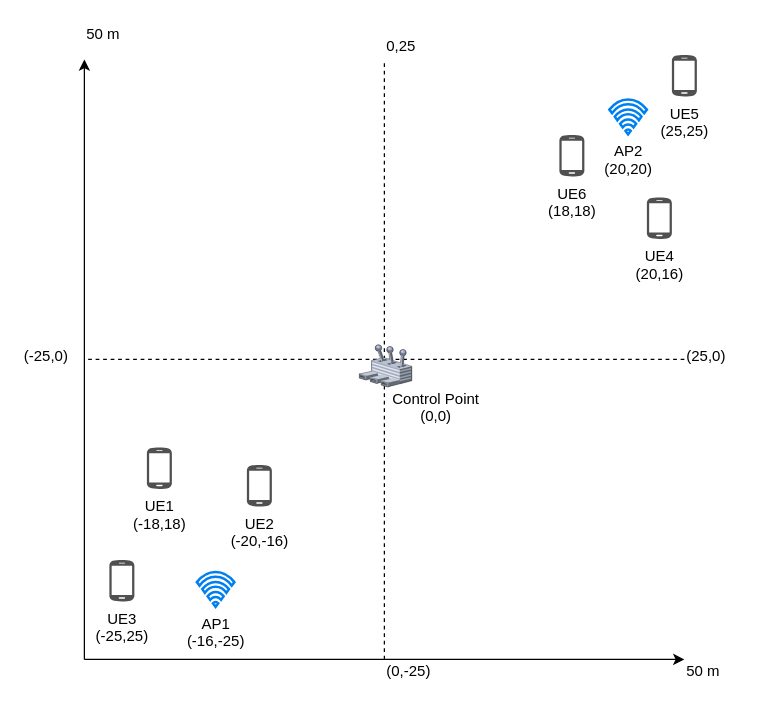
Kirkirillka/GPS_Tracker keeps this draw.io diagram as page "Sub-optimal" (2 of 3) of docs/report/experiment/images/05-cases-description.drawio. Above is the earlier version. Source tidied: cells renumbered, new cells numbered last; positions are measured from the earlier drawing's top-left corner, leaving out a move shared by most shapes. Both pictures are drawn from the tidied source at 125%, with x=0, y=0 at pixel (21, 21).
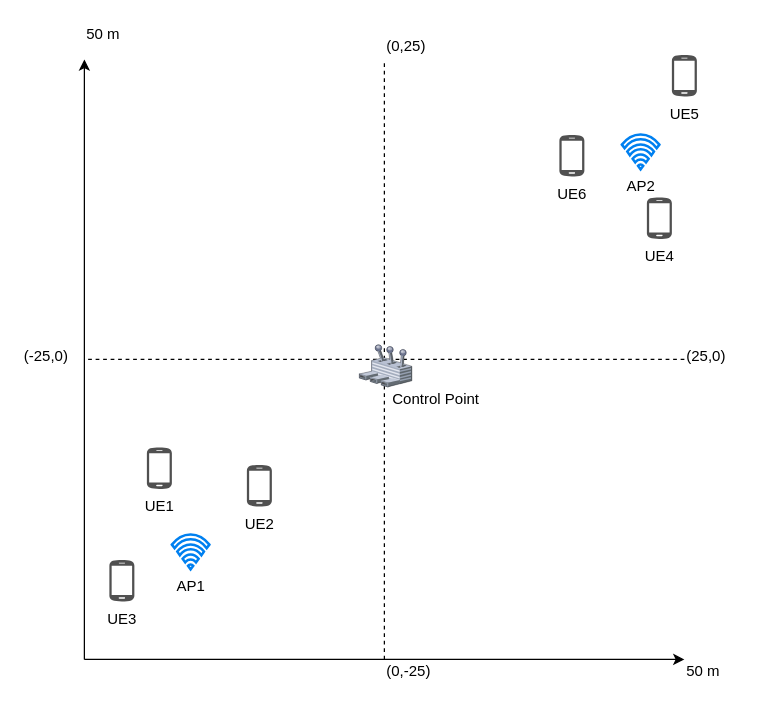
After the change.

Diff of the diagram source:
```diff
@@
-    <mxCell id="2" style="endArrow=classic;html=1;" parent="1" edge="1">
-      <mxGeometry relative="1" as="geometry">
-        <mxPoint x="50" y="510" as="sourcePoint" />
-        <mxPoint x="50" y="30" as="targetPoint" />
-      </mxGeometry>
-    </mxCell>
-    <mxCell id="3" style="endArrow=classic;html=1;" parent="1" edge="1">
-      <mxGeometry relative="1" as="geometry">
-        <mxPoint x="50" y="510" as="sourcePoint" />
-        <mxPoint x="530" y="510" as="targetPoint" />
-      </mxGeometry>
-    </mxCell>
-    <mxCell id="4" style="endArrow=none;html=1;dashed=1;" parent="1" edge="1">
-      <mxGeometry relative="1" as="geometry">
-        <mxPoint x="290" y="510" as="sourcePoint" />
-        <mxPoint x="290" y="30" as="targetPoint" />
-      </mxGeometry>
-    </mxCell>
-    <mxCell id="5" style="endArrow=none;html=1;dashed=1;" parent="1" edge="1">
-      <mxGeometry relative="1" as="geometry">
-        <mxPoint x="530" y="270" as="sourcePoint" />
-        <mxPoint x="50" y="270" as="targetPoint" />
-      </mxGeometry>
-    </mxCell>
-    <mxCell id="6" value="UE6&lt;br&gt;(18,18)&lt;br&gt;" style="shadow=0;dashed=0;html=1;strokeColor=none;fillColor=#505050;labelPosition=center;verticalLabelPosition=bottom;verticalAlign=top;align=center;shape=mxgraph.office.devices.cell_phone_android_standalone;" parent="1" vertex="1">
-      <mxGeometry x="430" y="90" width="20" height="34" as="geometry" />
-    </mxCell>
-    <mxCell id="7" value="Control Point&lt;br&gt;(0,0)" style="text;html=1;align=center;verticalAlign=top;spacingTop=-4;" parent="1" vertex="1">
-      <mxGeometry x="291" y="292" width="80" height="30" as="geometry" />
-    </mxCell>
-    <mxCell id="8" value="UE5&lt;br&gt;(25,25)&lt;br&gt;" style="shadow=0;dashed=0;html=1;strokeColor=none;fillColor=#505050;labelPosition=center;verticalLabelPosition=bottom;verticalAlign=top;align=center;shape=mxgraph.office.devices.cell_phone_android_standalone;" parent="1" vertex="1">
-      <mxGeometry x="520" y="26" width="20" height="34" as="geometry" />
-    </mxCell>
-    <mxCell id="9" value="UE4&lt;br&gt;(20,16)&lt;br&gt;" style="shadow=0;dashed=0;html=1;strokeColor=none;fillColor=#505050;labelPosition=center;verticalLabelPosition=bottom;verticalAlign=top;align=center;shape=mxgraph.office.devices.cell_phone_android_standalone;" parent="1" vertex="1">
-      <mxGeometry x="500" y="140" width="20" height="34" as="geometry" />
-    </mxCell>
-    <mxCell id="10" value="UE1&lt;br&gt;(-18,18)&lt;br&gt;" style="shadow=0;dashed=0;html=1;strokeColor=none;fillColor=#505050;labelPosition=center;verticalLabelPosition=bottom;verticalAlign=top;align=center;shape=mxgraph.office.devices.cell_phone_android_standalone;" parent="1" vertex="1">
-      <mxGeometry x="100" y="340" width="20" height="34" as="geometry" />
-    </mxCell>
-    <mxCell id="11" value="UE2&lt;br&gt;(-20,-16)&lt;br&gt;" style="shadow=0;dashed=0;html=1;strokeColor=none;fillColor=#505050;labelPosition=center;verticalLabelPosition=bottom;verticalAlign=top;align=center;shape=mxgraph.office.devices.cell_phone_android_standalone;" parent="1" vertex="1">
-      <mxGeometry x="180" y="354" width="20" height="34" as="geometry" />
-    </mxCell>
-    <mxCell id="12" value="UE3&lt;br&gt;(-25,25)" style="shadow=0;dashed=0;html=1;strokeColor=none;fillColor=#505050;labelPosition=center;verticalLabelPosition=bottom;verticalAlign=top;align=center;shape=mxgraph.office.devices.cell_phone_android_standalone;" parent="1" vertex="1">
-      <mxGeometry x="70" y="430" width="20" height="34" as="geometry" />
-    </mxCell>
-    <mxCell id="13" value="AP1&lt;br&gt;(-16,-25)&lt;br&gt;" style="html=1;verticalLabelPosition=bottom;align=center;labelBackgroundColor=#ffffff;verticalAlign=top;strokeWidth=2;strokeColor=#0080F0;fillColor=#ffffff;shadow=0;dashed=0;shape=mxgraph.ios7.icons.wifi;" parent="1" vertex="1">
-      <mxGeometry x="140" y="440" width="30" height="28" as="geometry" />
-    </mxCell>
-    <mxCell id="14" style="verticalLabelPosition=bottom;html=1;verticalAlign=top;strokeColor=none;align=center;shape=mxgraph.citrix.user_control;" parent="1" vertex="1">
-      <mxGeometry x="270" y="258" width="42" height="34" as="geometry" />
-    </mxCell>
-    <mxCell id="15" value="AP2&lt;br&gt;(20,20)&lt;br&gt;" style="html=1;verticalLabelPosition=bottom;align=center;labelBackgroundColor=#ffffff;verticalAlign=top;strokeWidth=2;strokeColor=#0080F0;fillColor=#ffffff;shadow=0;dashed=0;shape=mxgraph.ios7.icons.wifi;" parent="1" vertex="1">
-      <mxGeometry x="470" y="62" width="30" height="28" as="geometry" />
-    </mxCell>
+    <mxCell id="22" style="endArrow=classic;html=1;" parent="1" edge="1">
+      <mxGeometry relative="1" as="geometry">
+        <mxPoint x="50" y="510" as="sourcePoint" />
+        <mxPoint x="50" y="30" as="targetPoint" />
+      </mxGeometry>
+    </mxCell>
+    <mxCell id="23" style="endArrow=classic;html=1;" parent="1" edge="1">
+      <mxGeometry relative="1" as="geometry">
+        <mxPoint x="50" y="510" as="sourcePoint" />
+        <mxPoint x="530" y="510" as="targetPoint" />
+      </mxGeometry>
+    </mxCell>
+    <mxCell id="24" style="endArrow=none;html=1;dashed=1;" parent="1" edge="1">
+      <mxGeometry relative="1" as="geometry">
+        <mxPoint x="290" y="510" as="sourcePoint" />
+        <mxPoint x="290" y="30" as="targetPoint" />
+      </mxGeometry>
+    </mxCell>
+    <mxCell id="25" style="endArrow=none;html=1;dashed=1;" parent="1" edge="1">
+      <mxGeometry relative="1" as="geometry">
+        <mxPoint x="530" y="270" as="sourcePoint" />
+        <mxPoint x="50" y="270" as="targetPoint" />
+      </mxGeometry>
+    </mxCell>
+    <mxCell id="26" value="UE6" style="shadow=0;dashed=0;html=1;strokeColor=none;fillColor=#505050;labelPosition=center;verticalLabelPosition=bottom;verticalAlign=top;align=center;shape=mxgraph.office.devices.cell_phone_android_standalone;" parent="1" vertex="1">
+      <mxGeometry x="430" y="90" width="20" height="34" as="geometry" />
+    </mxCell>
+    <mxCell id="27" value="Control Point" style="text;html=1;align=center;verticalAlign=top;spacingTop=-4;" parent="1" vertex="1">
+      <mxGeometry x="291" y="292" width="80" height="20" as="geometry" />
+    </mxCell>
+    <mxCell id="28" value="UE5" style="shadow=0;dashed=0;html=1;strokeColor=none;fillColor=#505050;labelPosition=center;verticalLabelPosition=bottom;verticalAlign=top;align=center;shape=mxgraph.office.devices.cell_phone_android_standalone;" parent="1" vertex="1">
+      <mxGeometry x="520" y="26" width="20" height="34" as="geometry" />
+    </mxCell>
+    <mxCell id="29" value="UE4" style="shadow=0;dashed=0;html=1;strokeColor=none;fillColor=#505050;labelPosition=center;verticalLabelPosition=bottom;verticalAlign=top;align=center;shape=mxgraph.office.devices.cell_phone_android_standalone;" parent="1" vertex="1">
+      <mxGeometry x="500" y="140" width="20" height="34" as="geometry" />
+    </mxCell>
+    <mxCell id="30" value="UE1" style="shadow=0;dashed=0;html=1;strokeColor=none;fillColor=#505050;labelPosition=center;verticalLabelPosition=bottom;verticalAlign=top;align=center;shape=mxgraph.office.devices.cell_phone_android_standalone;" parent="1" vertex="1">
+      <mxGeometry x="100" y="340" width="20" height="34" as="geometry" />
+    </mxCell>
+    <mxCell id="31" value="UE2" style="shadow=0;dashed=0;html=1;strokeColor=none;fillColor=#505050;labelPosition=center;verticalLabelPosition=bottom;verticalAlign=top;align=center;shape=mxgraph.office.devices.cell_phone_android_standalone;" parent="1" vertex="1">
+      <mxGeometry x="180" y="354" width="20" height="34" as="geometry" />
+    </mxCell>
+    <mxCell id="32" value="UE3" style="shadow=0;dashed=0;html=1;strokeColor=none;fillColor=#505050;labelPosition=center;verticalLabelPosition=bottom;verticalAlign=top;align=center;shape=mxgraph.office.devices.cell_phone_android_standalone;" parent="1" vertex="1">
+      <mxGeometry x="70" y="430" width="20" height="34" as="geometry" />
+    </mxCell>
+    <mxCell id="33" value="AP1" style="html=1;verticalLabelPosition=bottom;align=center;labelBackgroundColor=#ffffff;verticalAlign=top;strokeWidth=2;strokeColor=#0080F0;fillColor=#ffffff;shadow=0;dashed=0;shape=mxgraph.ios7.icons.wifi;" parent="1" vertex="1">
+      <mxGeometry x="120" y="410" width="30" height="28" as="geometry" />
+    </mxCell>
+    <mxCell id="34" style="verticalLabelPosition=bottom;html=1;verticalAlign=top;strokeColor=none;align=center;shape=mxgraph.citrix.user_control;" parent="1" vertex="1">
+      <mxGeometry x="270" y="258" width="42" height="34" as="geometry" />
+    </mxCell>
+    <mxCell id="35" value="AP2" style="html=1;verticalLabelPosition=bottom;align=center;labelBackgroundColor=#ffffff;verticalAlign=top;strokeWidth=2;strokeColor=#0080F0;fillColor=#ffffff;shadow=0;dashed=0;shape=mxgraph.ios7.icons.wifi;" parent="1" vertex="1">
+      <mxGeometry x="480" y="90" width="30" height="28" as="geometry" />
+    </mxCell>
@@
-    <mxCell id="21" value="0,25" style="text;html=1;align=left;verticalAlign=top;spacingTop=-4;" parent="1" vertex="1">
-      <mxGeometry x="289.5" y="10" width="40" height="20" as="geometry" />
-    </mxCell>
+    <mxCell id="36" value="(0,25)" style="text;html=1;align=left;verticalAlign=top;spacingTop=-4;" parent="1" vertex="1">
+      <mxGeometry x="289.5" y="10" width="50" height="20" as="geometry" />
+    </mxCell>
```
